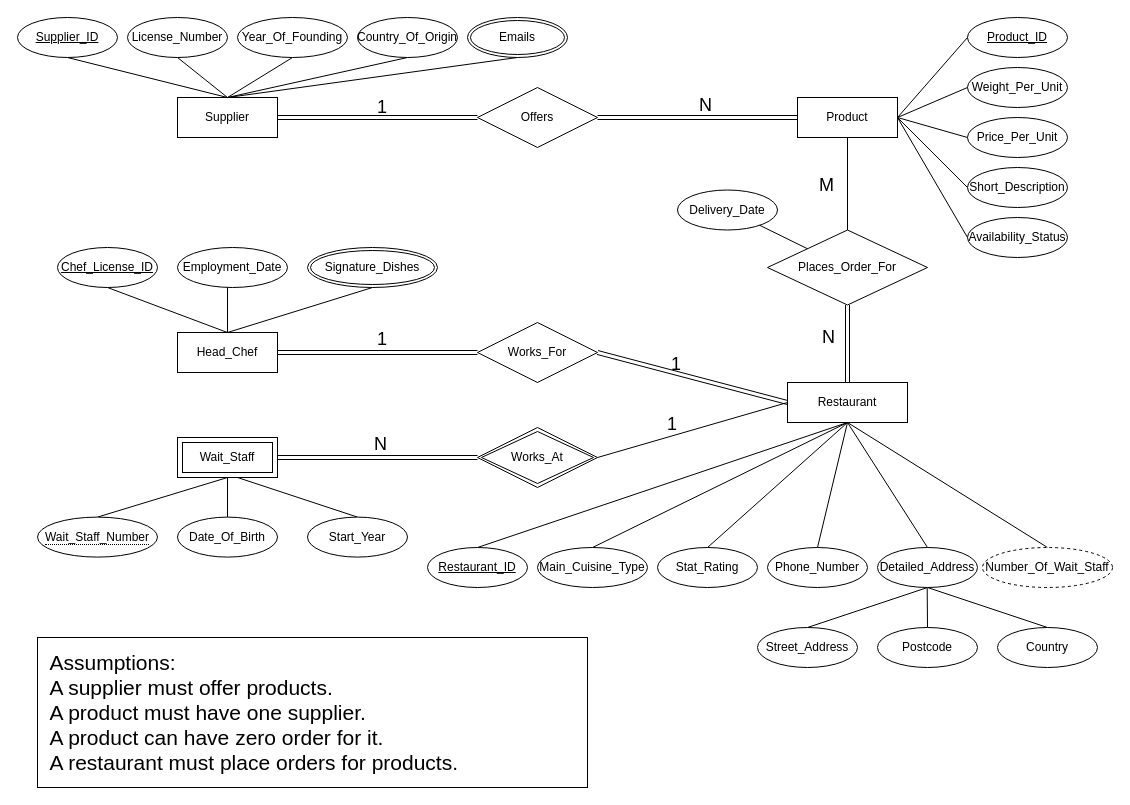
This is Untitled Diagram.drawio from Jack-UNSW/ohmyzsh, a draw.io file, before an edit. Source tidied: cells renumbered, new cells numbered last; positions are measured from the earlier drawing's top-left corner, leaving out a move shared by most shapes. Both pictures are drawn from the tidied source at 100%, with x=0, y=0 at pixel (17, 17).
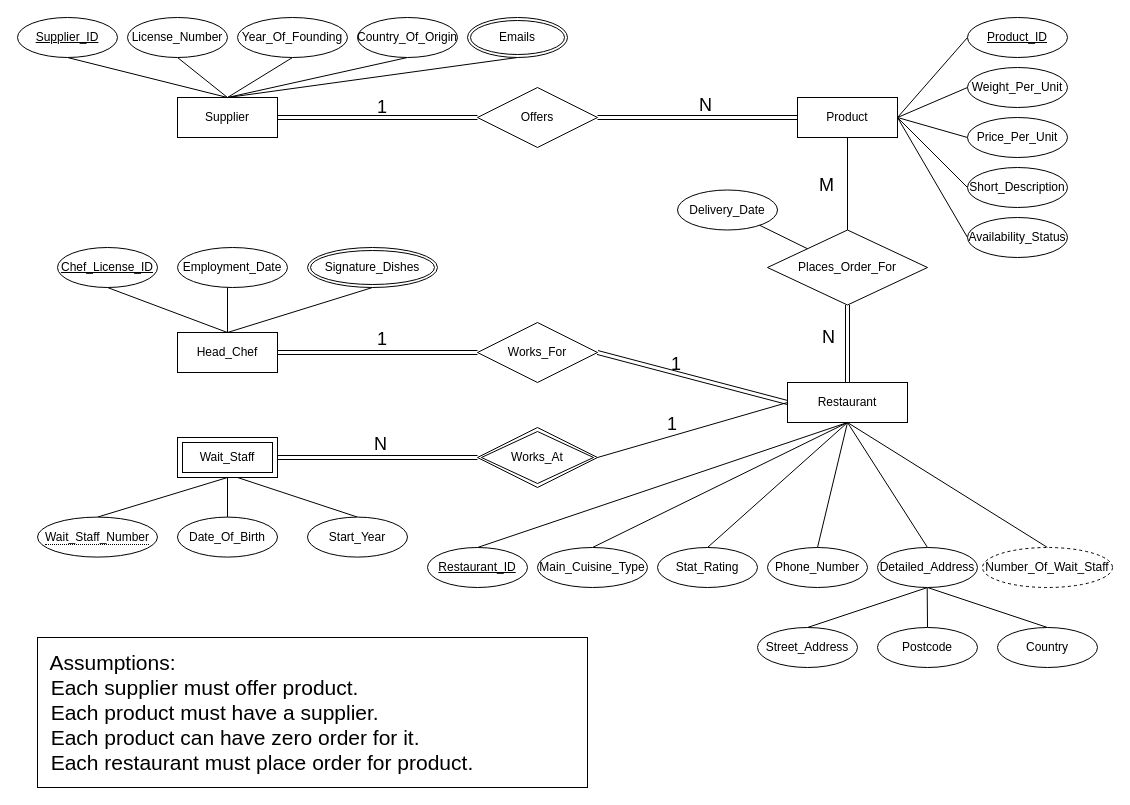
After the change.

The edit, as a diff of the source:
```diff
@@
-    <mxCell id="79" value="&lt;span&gt;&amp;nbsp; Assumptions:&amp;nbsp;&lt;/span&gt;&lt;br&gt;&lt;span&gt;&amp;nbsp; A supplier must offer products.&lt;/span&gt;&lt;br&gt;&lt;span&gt;&amp;nbsp; A product must have one supplier.&lt;br&gt;&lt;/span&gt;&amp;nbsp; A product can have zero order for it.&lt;br&gt;&lt;span&gt;&amp;nbsp; A restaurant must place orders for products.&lt;/span&gt;" style="rounded=0;whiteSpace=wrap;html=1;fontSize=21;align=left;" parent="1" vertex="1">
+    <mxCell id="79" value="&lt;span&gt;&amp;nbsp; Assumptions:&amp;nbsp;&lt;/span&gt;&lt;br&gt;&lt;span&gt;&amp;nbsp; Each supplier must offer product.&lt;/span&gt;&lt;br&gt;&lt;span&gt;&amp;nbsp; Each product must have a supplier.&lt;br&gt;&lt;/span&gt;&amp;nbsp; Each product can have zero order for it.&lt;br&gt;&lt;span&gt;&amp;nbsp; Each restaurant must place order for product.&lt;/span&gt;" style="rounded=0;whiteSpace=wrap;html=1;fontSize=21;align=left;" parent="1" vertex="1">
       <mxGeometry x="20" y="620" width="550" height="150" as="geometry" />
     </mxCell>
```
